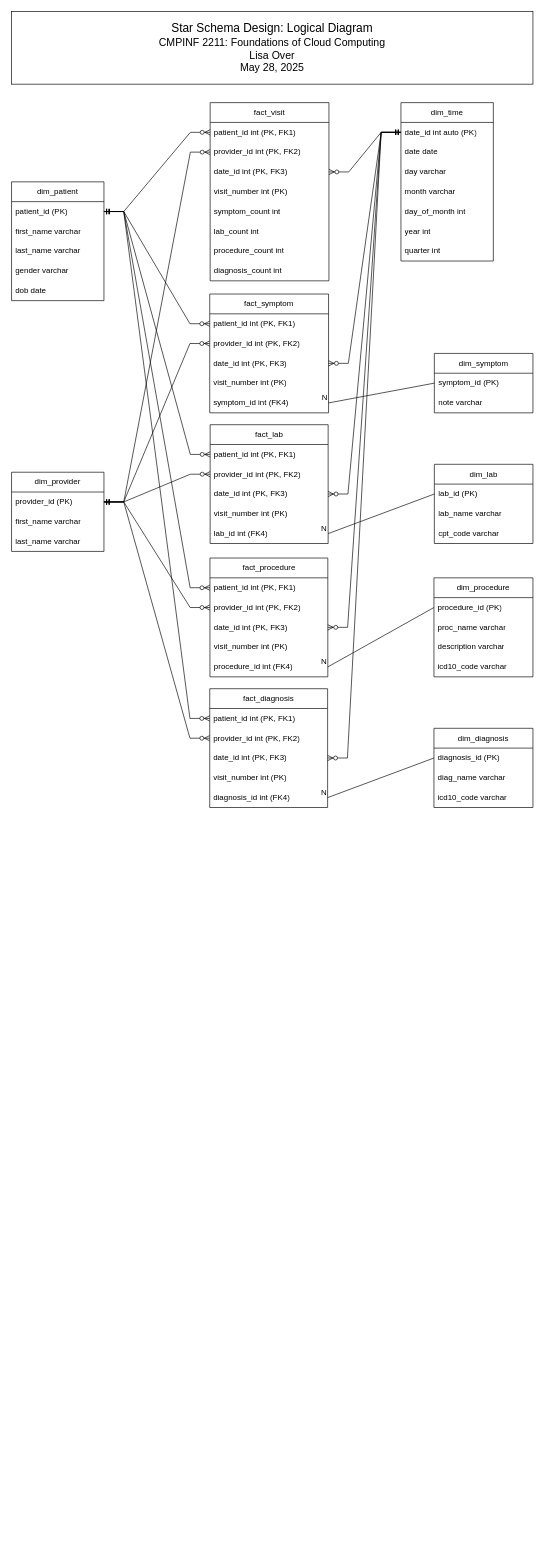
Above: EMR_Star_Schema/schema_diagram.drawio in sandbox-lisa/drawio (draw.io), before the change. Source tidied: cells renumbered, new cells numbered last; positions are measured from the earlier drawing's top-left corner, leaving out a move shared by most shapes. Both pictures are drawn from the tidied source at 66%, with x=0, y=0 at pixel (11, 11).
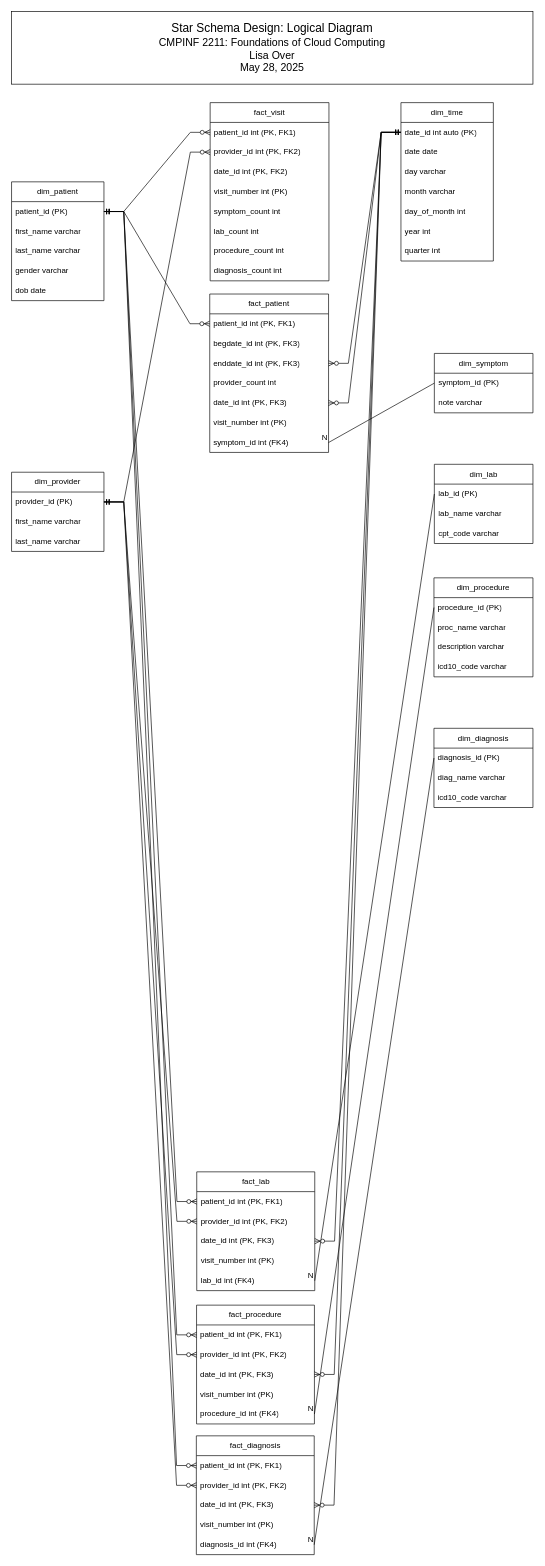
The same diagram, later.

Unchanged cells that the change refers to:
```xml
<mxCell id="2" value="fact_visit" style="swimlane;fontStyle=0;horizontal=1;startSize=30;whiteSpace=wrap;html=1;" parent="1" vertex="1">
  <mxGeometry x="300.9" y="138" width="180" height="270" as="geometry" />
</mxCell>
<mxCell id="26" value="provider_id (PK)" style="text;strokeColor=none;fillColor=none;align=left;verticalAlign=middle;spacingLeft=4;spacingRight=4;overflow=hidden;points=[[0,0.5],[1,0.5]];portConstraint=eastwest;whiteSpace=wrap;html=1;" parent="25" vertex="1">
  <mxGeometry y="30" width="140" height="30" as="geometry" />
</mxCell>
```

Diff of the diagram source:
```diff
@@
-    <mxCell id="5" value="date_id int (PK, FK3)" style="text;strokeColor=none;fillColor=none;align=left;verticalAlign=middle;spacingLeft=4;spacingRight=4;overflow=hidden;points=[[0,0.5],[1,0.5]];portConstraint=eastwest;whiteSpace=wrap;html=1;" parent="2" vertex="1">
-      <mxGeometry y="90" width="180" height="30" as="geometry" />
-    </mxCell>
+    <mxCell id="93" value="date_id int (PK, FK2)" style="text;strokeColor=none;fillColor=none;align=left;verticalAlign=middle;spacingLeft=4;spacingRight=4;overflow=hidden;whiteSpace=wrap;html=1;" parent="2" vertex="1">
+      <mxGeometry y="90" width="180" height="30" as="geometry" />
+    </mxCell>
@@
-    <mxCell id="37" value="fact_symptom" style="swimlane;fontStyle=0;horizontal=1;startSize=30;whiteSpace=wrap;html=1;" parent="1" vertex="1">
-      <mxGeometry x="300.3" y="428" width="180" height="180" as="geometry" />
+    <mxCell id="37" value="fact_patient" style="swimlane;fontStyle=0;horizontal=1;startSize=30;whiteSpace=wrap;html=1;" parent="1" vertex="1">
+      <mxGeometry x="300.3" y="428" width="180" height="240" as="geometry" />
     </mxCell>
@@
+    <mxCell id="94" value="begdate_id int (PK, FK3)" style="text;strokeColor=none;fillColor=none;align=left;verticalAlign=middle;spacingLeft=4;spacingRight=4;overflow=hidden;whiteSpace=wrap;html=1;" parent="37" vertex="1">
+      <mxGeometry y="60" width="180" height="30" as="geometry" />
+    </mxCell>
+    <mxCell id="5" value="enddate_id int (PK, FK3)" style="text;strokeColor=none;fillColor=none;align=left;verticalAlign=middle;spacingLeft=4;spacingRight=4;overflow=hidden;points=[[0,0.5],[1,0.5]];portConstraint=eastwest;whiteSpace=wrap;html=1;" parent="37" vertex="1">
+      <mxGeometry y="90" width="180" height="30" as="geometry" />
+    </mxCell>
-    <mxCell id="39" value="provider_id int (PK, FK2)" style="text;strokeColor=none;fillColor=none;align=left;verticalAlign=middle;spacingLeft=4;spacingRight=4;overflow=hidden;points=[[0,0.5],[1,0.5]];portConstraint=eastwest;whiteSpace=wrap;html=1;" parent="37" vertex="1">
-      <mxGeometry y="60" width="180" height="30" as="geometry" />
+    <mxCell id="39" value="provider_count int" style="text;strokeColor=none;fillColor=none;align=left;verticalAlign=middle;spacingLeft=4;spacingRight=4;overflow=hidden;points=[[0,0.5],[1,0.5]];portConstraint=eastwest;whiteSpace=wrap;html=1;" parent="37" vertex="1">
+      <mxGeometry y="120" width="180" height="30" as="geometry" />
     </mxCell>
     <mxCell id="40" value="date_id int (PK, FK3)" style="text;strokeColor=none;fillColor=none;align=left;verticalAlign=middle;spacingLeft=4;spacingRight=4;overflow=hidden;points=[[0,0.5],[1,0.5]];portConstraint=eastwest;whiteSpace=wrap;html=1;" parent="37" vertex="1">
-      <mxGeometry y="90" width="180" height="30" as="geometry" />
+      <mxGeometry y="150" width="180" height="30" as="geometry" />
     </mxCell>
     <mxCell id="41" value="visit_number int (PK)" style="text;strokeColor=none;fillColor=none;align=left;verticalAlign=middle;spacingLeft=4;spacingRight=4;overflow=hidden;whiteSpace=wrap;html=1;" parent="37" vertex="1">
-      <mxGeometry y="120" width="180" height="30" as="geometry" />
+      <mxGeometry y="180" width="180" height="30" as="geometry" />
     </mxCell>
     <mxCell id="42" value="symptom_id int&amp;nbsp;(FK4)" style="text;strokeColor=none;fillColor=none;align=left;verticalAlign=middle;spacingLeft=4;spacingRight=4;overflow=hidden;points=[[0,0.5],[1,0.5]];portConstraint=eastwest;whiteSpace=wrap;html=1;" parent="37" vertex="1">
-      <mxGeometry y="150" width="180" height="30" as="geometry" />
+      <mxGeometry y="210" width="180" height="30" as="geometry" />
     </mxCell>
     <mxCell id="43" value="fact_procedure" style="swimlane;fontStyle=0;horizontal=1;startSize=30;whiteSpace=wrap;html=1;" parent="1" vertex="1">
-      <mxGeometry x="300.6" y="828" width="178.6" height="180" as="geometry" />
+      <mxGeometry x="280.3" y="1960" width="178.6" height="180" as="geometry" />
     </mxCell>
@@
     <mxCell id="49" value="fact_lab" style="swimlane;fontStyle=0;horizontal=1;startSize=30;whiteSpace=wrap;html=1;" parent="1" vertex="1">
-      <mxGeometry x="300.9" y="626" width="178.8" height="180" as="geometry" />
+      <mxGeometry x="280.6" y="1758" width="178.8" height="180" as="geometry" />
     </mxCell>
@@
     <mxCell id="55" value="fact_diagnosis" style="swimlane;fontStyle=0;horizontal=1;startSize=30;whiteSpace=wrap;html=1;" parent="1" vertex="1">
-      <mxGeometry x="300.3" y="1026" width="178.6" height="180" as="geometry" />
+      <mxGeometry x="280" y="2158" width="178.6" height="180" as="geometry" />
     </mxCell>
@@
-    <mxCell id="86" style="edgeStyle=entityRelationEdgeStyle;fontSize=12;html=1;endArrow=ERzeroToMany;startArrow=ERmandOne;rounded=0;exitX=1;exitY=0.5;exitDx=0;exitDy=0;entryX=0;entryY=0.5;entryDx=0;entryDy=0;" parent="1" edge="1" source="26" target="39">
-      <mxGeometry relative="1" as="geometry">
-        <Array as="points">
-          <mxPoint x="150" y="948" />
-          <mxPoint x="130" y="968" />
-          <mxPoint x="140" y="928" />
-        </Array>
-      </mxGeometry>
-    </mxCell>
```
